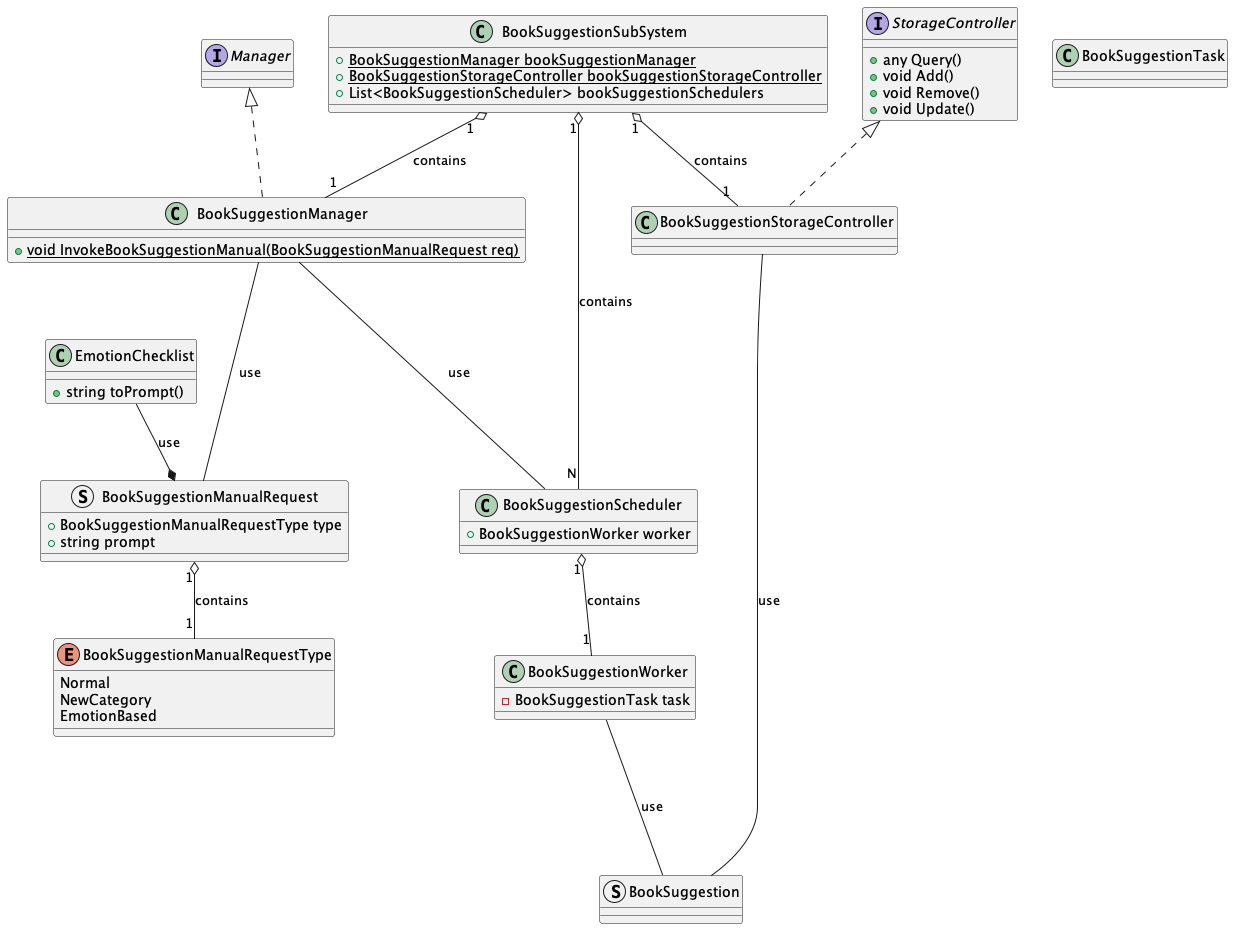
Before: rendered/BookSuggestion.png, a diagram exported from PlantUML (ShapeLayer/se-lecture-task__project-structure-definitions).
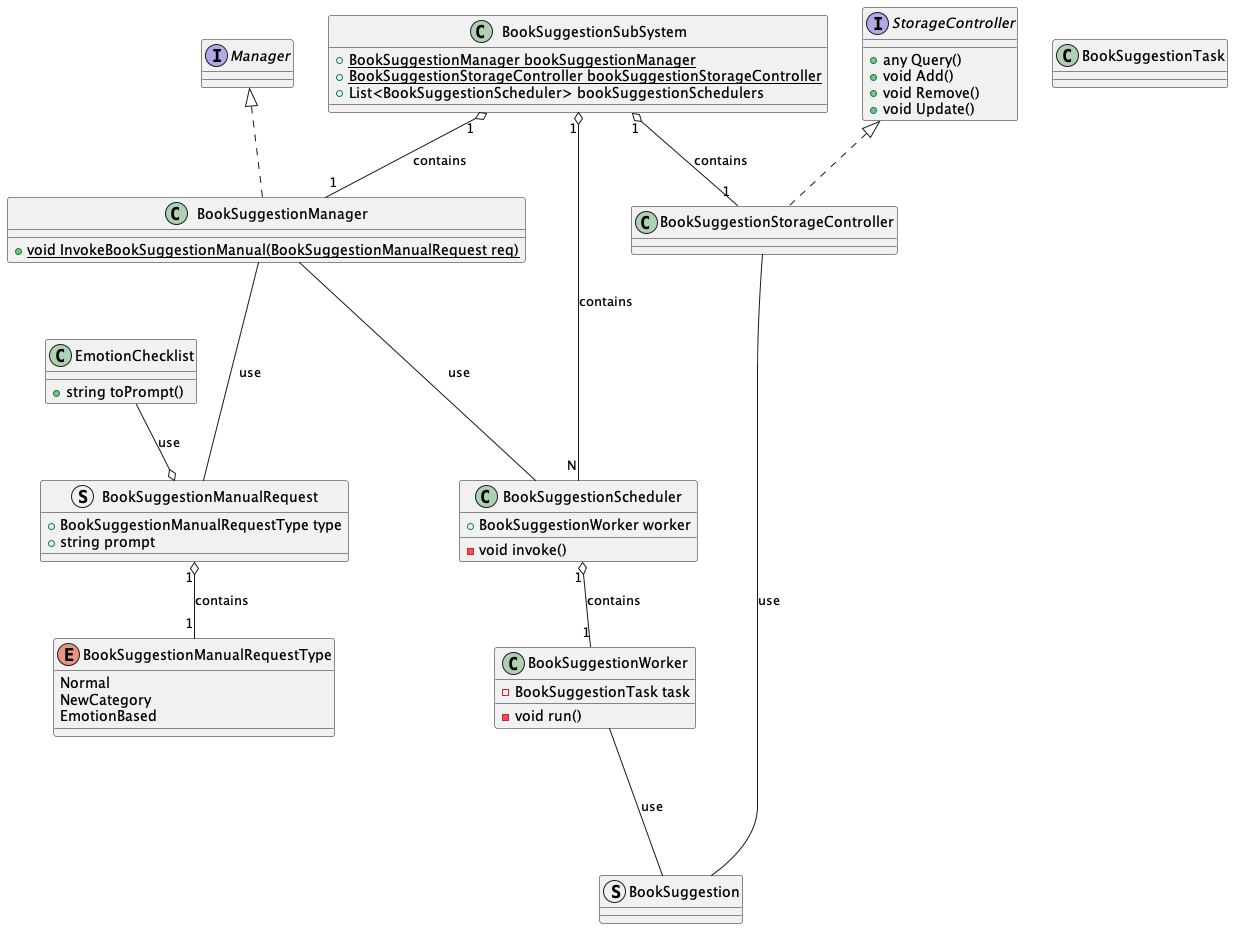
The same diagram one commit later.

The edit, as a diff of the source:
```diff
@@ -21,18 +21,20 @@
     + string prompt
 }
 BookSuggestionManualRequest "1" o-- "1" BookSuggestionManualRequestType : contains
-EmotionChecklist --* BookSuggestionManualRequest : use
+EmotionChecklist --o BookSuggestionManualRequest : use
 
 struct BookSuggestion {}
 class BookSuggestionTask {}
 
 class BookSuggestionWorker {
     - BookSuggestionTask task
+    - void run()
 }
 BookSuggestionWorker --- BookSuggestion : use
 
 class BookSuggestionScheduler {
     + BookSuggestionWorker worker
+    - void invoke()
 }
 
 BookSuggestionScheduler "1" o-- "1" BookSuggestionWorker : contains
```
